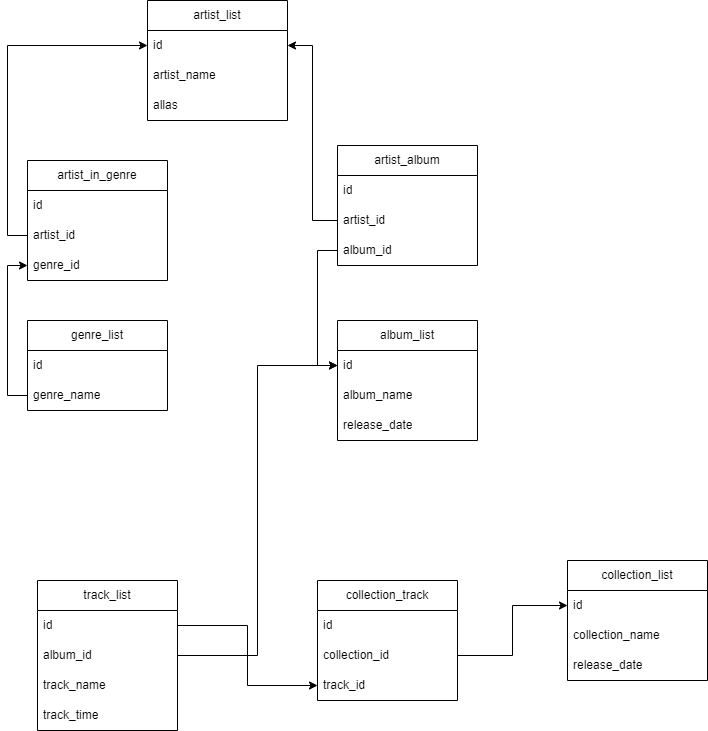
Above: task 2.png in Retroman95/DB_HomeWork (draw.io), before the change. Source tidied: cells renumbered, new cells last; positions are measured from the earlier drawing's top-left corner, leaving out a move shared by most shapes.
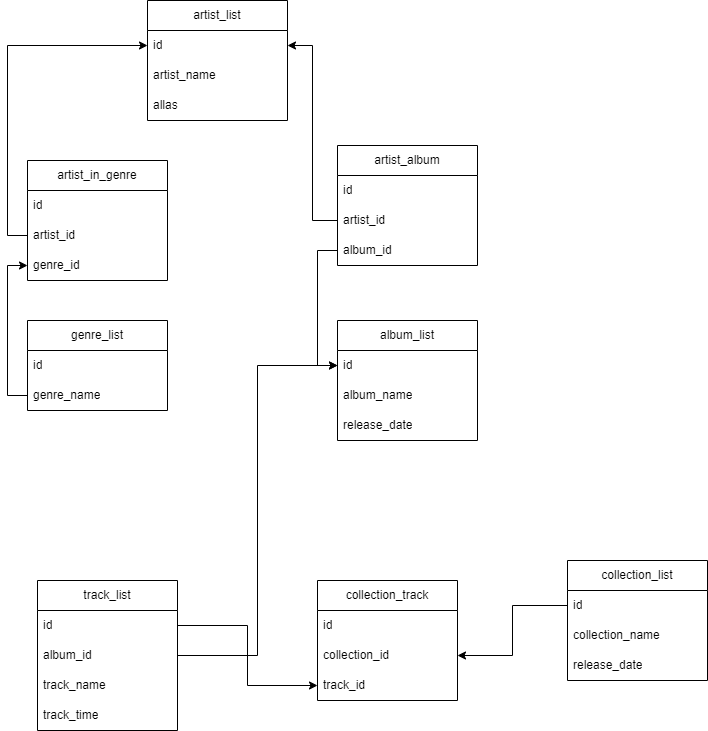
Later version of the same file.

The edit, as a diff of the source:
```diff
@@ -50,9 +50,6 @@
     <mxCell id="17" value="track_time" style="text;strokeColor=none;fillColor=none;align=left;verticalAlign=middle;spacingLeft=4;spacingRight=4;overflow=hidden;whiteSpace=wrap;html=1;" parent="13" vertex="1">
       <mxGeometry y="120" width="140" height="30" as="geometry" />
     </mxCell>
-    <mxCell id="18" style="edgeStyle=orthogonalEdgeStyle;rounded=0;jettySize=auto;html=1;entryX=0;entryY=0.5;entryDx=0;entryDy=0;exitX=1;exitY=0.5;exitDx=0;exitDy=0;" parent="1" edge="1" source="21" target="25">
-      <mxGeometry relative="1" as="geometry" />
-    </mxCell>
     <mxCell id="19" value="collection_track" style="swimlane;fontStyle=0;horizontal=1;startSize=30;whiteSpace=wrap;html=1;" parent="1" vertex="1">
       <mxGeometry x="290" y="580" width="140" height="120" as="geometry" />
     </mxCell>
@@ -119,5 +116,8 @@
     <mxCell id="40" style="edgeStyle=orthogonalEdgeStyle;rounded=0;jettySize=auto;html=1;exitX=1;exitY=0.5;exitDx=0;exitDy=0;entryX=0;entryY=0.5;entryDx=0;entryDy=0;" parent="1" edge="1" source="14" target="22">
       <mxGeometry relative="1" as="geometry" />
     </mxCell>
+    <mxCell id="41" style="edgeStyle=orthogonalEdgeStyle;rounded=0;jettySize=auto;html=1;exitX=0;exitY=0.5;exitDx=0;exitDy=0;entryX=1;entryY=0.5;entryDx=0;entryDy=0;" parent="1" edge="1" source="25" target="21">
+      <mxGeometry relative="1" as="geometry" />
+    </mxCell>
   </root>
 </mxGraphModel>
```
